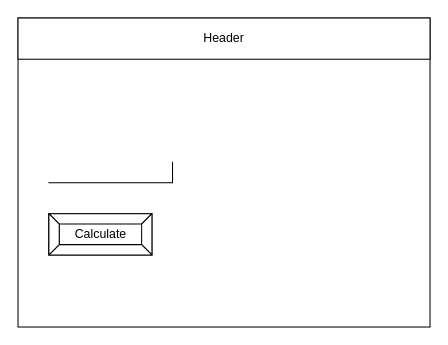
This is design/story-board.drawio from parsa-tahavori/ICS2O-UNIT5-4-, a draw.io file, before an edit. Source tidied: cells renumbered, new cells numbered last; positions are measured from the earlier drawing's top-left corner, leaving out a move shared by most shapes. Both pictures are drawn from the tidied source at 103%, with x=0, y=0 at pixel (18, 18).
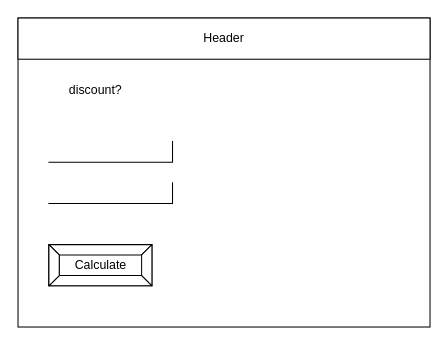
After the change.

What changed in the source:
```diff
@@
 <mxGraphModel>
   <root>
     <mxCell id="0" />
     <mxCell id="1" parent="0" />
     <mxCell id="2" style="rounded=0;whiteSpace=wrap;html=1;" parent="1" vertex="1">
       <mxGeometry width="400" height="300" as="geometry" />
     </mxCell>
     <mxCell id="3" value="Header" style="rounded=0;whiteSpace=wrap;html=1;" parent="1" vertex="1">
       <mxGeometry width="400" height="40" as="geometry" />
     </mxCell>
     <mxCell id="4" style="shape=partialRectangle;whiteSpace=wrap;html=1;top=0;left=0;fillColor=none;" parent="1" vertex="1">
-      <mxGeometry x="30" y="140" width="120" height="20" as="geometry" />
+      <mxGeometry x="30" y="120" width="120" height="20" as="geometry" />
     </mxCell>
     <mxCell id="5" value="Calculate" style="labelPosition=center;verticalLabelPosition=middle;align=center;html=1;shape=mxgraph.basic.button;dx=10;" parent="1" vertex="1">
-      <mxGeometry x="30" y="190" width="100" height="40" as="geometry" />
+      <mxGeometry x="30" y="220" width="100" height="40" as="geometry" />
     </mxCell>
+    <mxCell id="6" style="shape=partialRectangle;whiteSpace=wrap;html=1;top=0;left=0;fillColor=none;" parent="1" vertex="1">
+      <mxGeometry x="30" y="160" width="120" height="20" as="geometry" />
+    </mxCell>
+    <mxCell id="7" value="discount?" style="text;html=1;align=center;verticalAlign=middle;strokeColor=none;fillColor=none;fontColor=none;" parent="1" vertex="1">
+      <mxGeometry x="40" y="60" width="70" height="20" as="geometry" />
+    </mxCell>
   </root>
 </mxGraphModel>
```
